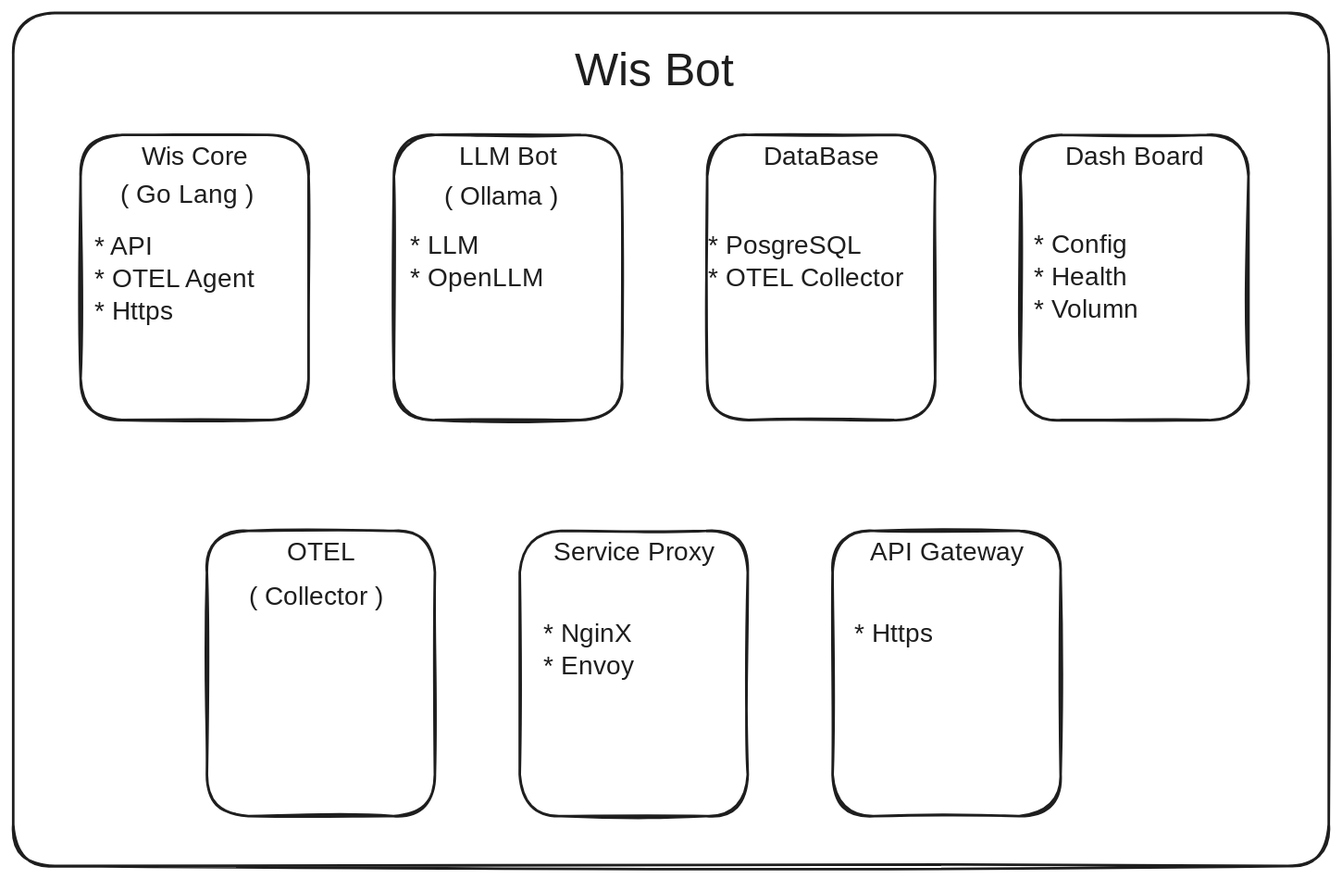
Before: diagrams/architecture.excalidraw.svg, a diagram exported from Excalidraw (uhstray-io/WisBot). Source tidied: one line per element, renumbered; positions are measured from the earlier drawing's top-left corner, leaving out a move shared by most shapes. The source it was exported from:
```json
{"id": 0, "type": "rectangle", "strokeColor": "#1e1e1e", "strokeWidth": 2, "roughness": 1, "round": true, "x": 52, "y": 94, "width": 176, "height": 220}
{"id": 1, "type": "text", "text": "Wis Core", "strokeColor": "#1e1e1e", "strokeWidth": 2, "roughness": 1, "fontSize": 20, "fontFamily": 1, "textAlign": "center", "inside": 0, "x": 98, "y": 99, "width": 84, "height": 25}
{"id": 2, "type": "rectangle", "strokeColor": "#1e1e1e", "strokeWidth": 2, "roughness": 1, "round": true, "x": 294, "y": 94, "width": 176, "height": 220}
{"id": 3, "type": "text", "text": "LLM Bot", "strokeColor": "#1e1e1e", "strokeWidth": 2, "roughness": 1, "fontSize": 20, "fontFamily": 1, "textAlign": "center", "inside": 2, "x": 339, "y": 99, "width": 86, "height": 25}
{"id": 4, "type": "rectangle", "strokeColor": "#1e1e1e", "strokeWidth": 2, "roughness": 1, "round": true, "x": 536, "y": 94, "width": 176, "height": 220}
{"id": 5, "type": "text", "text": "DataBase", "strokeColor": "#1e1e1e", "strokeWidth": 2, "roughness": 1, "fontSize": 20, "fontFamily": 1, "textAlign": "center", "inside": 4, "x": 572, "y": 99, "width": 103, "height": 25}
{"id": 6, "type": "rectangle", "strokeColor": "#1e1e1e", "strokeWidth": 2, "roughness": 1, "round": true, "x": 778, "y": 94, "width": 176, "height": 220}
{"id": 7, "type": "text", "text": "Dash Board", "strokeColor": "#1e1e1e", "strokeWidth": 2, "roughness": 1, "fontSize": 20, "fontFamily": 1, "textAlign": "center", "inside": 6, "x": 806, "y": 99, "width": 119, "height": 25}
{"id": 8, "type": "rectangle", "strokeColor": "#1e1e1e", "strokeWidth": 2, "roughness": 1, "round": true, "x": 150, "y": 400, "width": 176, "height": 220}
{"id": 9, "type": "text", "text": "OTEL", "strokeColor": "#1e1e1e", "strokeWidth": 2, "roughness": 1, "fontSize": 20, "fontFamily": 1, "textAlign": "center", "inside": 8, "x": 209, "y": 404, "width": 56, "height": 25}
{"id": 10, "type": "rectangle", "strokeColor": "#1e1e1e", "strokeWidth": 2, "roughness": 1, "round": true, "x": 391, "y": 400, "width": 176, "height": 220}
{"id": 11, "type": "text", "text": "Service Proxy", "strokeColor": "#1e1e1e", "strokeWidth": 2, "roughness": 1, "fontSize": 20, "fontFamily": 1, "textAlign": "center", "inside": 10, "x": 413, "y": 404, "width": 131, "height": 25}
{"id": 12, "type": "rectangle", "strokeColor": "#1e1e1e", "strokeWidth": 2, "roughness": 1, "round": true, "x": 632, "y": 400, "width": 176, "height": 220}
{"id": 13, "type": "text", "text": "API Gateway", "strokeColor": "#1e1e1e", "strokeWidth": 2, "roughness": 1, "fontSize": 20, "fontFamily": 1, "textAlign": "center", "inside": 12, "x": 654, "y": 404, "width": 133, "height": 25}
{"id": 14, "type": "text", "text": "* API\n* OTEL Agent\n* Https", "strokeColor": "#1e1e1e", "strokeWidth": 2, "roughness": 1, "fontSize": 20, "fontFamily": 1, "x": 63, "y": 168, "width": 141, "height": 75}
{"id": 15, "type": "text", "text": "* LLM\n* OpenLLM", "strokeColor": "#1e1e1e", "strokeWidth": 2, "roughness": 1, "fontSize": 20, "fontFamily": 1, "x": 306, "y": 168, "width": 104, "height": 50}
{"id": 16, "type": "text", "text": "* PosgreSQL\n* OTEL Collector", "strokeColor": "#1e1e1e", "strokeWidth": 2, "roughness": 1, "fontSize": 20, "fontFamily": 1, "x": 536, "y": 168, "width": 173, "height": 50}
{"id": 17, "type": "text", "text": "* Config\n* Health\n* Volumn", "strokeColor": "#1e1e1e", "strokeWidth": 2, "roughness": 1, "fontSize": 20, "fontFamily": 1, "x": 788, "y": 167, "width": 82, "height": 75}
{"id": 18, "type": "text", "text": "* Https", "strokeColor": "#1e1e1e", "strokeWidth": 2, "roughness": 1, "fontSize": 20, "fontFamily": 1, "x": 649, "y": 468, "width": 75, "height": 25}
{"id": 19, "type": "text", "text": "* NginX\n* Envoy", "strokeColor": "#1e1e1e", "strokeWidth": 2, "roughness": 1, "fontSize": 20, "fontFamily": 1, "x": 409, "y": 468, "width": 74, "height": 50}
{"id": 20, "type": "text", "text": "( Go Lang )", "strokeColor": "#1e1e1e", "strokeWidth": 2, "roughness": 1, "fontSize": 20, "fontFamily": 1, "x": 83, "y": 128, "width": 117, "height": 25}
{"id": 21, "type": "text", "text": "( Ollama )", "strokeColor": "#1e1e1e", "strokeWidth": 2, "roughness": 1, "fontSize": 20, "fontFamily": 1, "x": 333, "y": 130, "width": 99, "height": 25}
{"id": 22, "type": "text", "text": "( Collector )", "strokeColor": "#1e1e1e", "strokeWidth": 2, "roughness": 1, "fontSize": 20, "fontFamily": 1, "x": 182, "y": 439, "width": 121, "height": 25}
{"id": 23, "type": "rectangle", "strokeColor": "#1e1e1e", "strokeWidth": 2, "roughness": 1, "round": true, "x": 0, "y": 0, "width": 1016, "height": 658}
{"id": 24, "type": "text", "text": "Wis Bot", "strokeColor": "#1e1e1e", "strokeWidth": 2, "roughness": 1, "fontSize": 36, "fontFamily": 1, "x": 434, "y": 23, "width": 139, "height": 45}
```
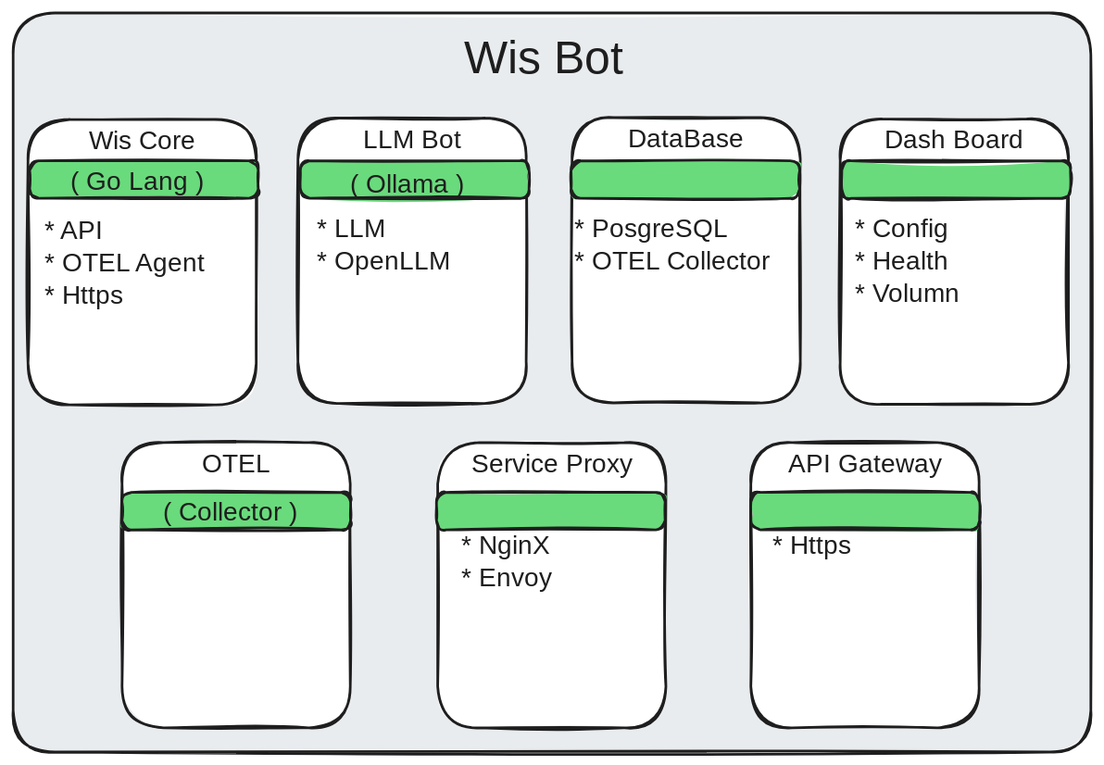
Later version of the same file.

Commit message:
More color in the diagram

Change to the diagram source:
```diff
@@ -1,25 +1,32 @@
+{"id": 23, "type": "rectangle", "strokeColor": "#1e1e1e", "backgroundColor": "#e9ecef", "fillStyle": "solid", "strokeWidth": 2, "roughness": 1, "round": true, "x": 39, "y": 12, "width": 831, "height": 570}
-{"id": 0, "type": "rectangle", "strokeColor": "#1e1e1e", "strokeWidth": 2, "roughness": 1, "round": true, "x": 52, "y": 94, "width": 176, "height": 220}
+{"id": 0, "type": "rectangle", "strokeColor": "#1e1e1e", "backgroundColor": "#ffffff", "fillStyle": "solid", "strokeWidth": 2, "roughness": 1, "round": true, "x": 50, "y": 94, "width": 176, "height": 220}
-{"id": 1, "type": "text", "text": "Wis Core", "strokeColor": "#1e1e1e", "strokeWidth": 2, "roughness": 1, "fontSize": 20, "fontFamily": 1, "textAlign": "center", "inside": 0, "x": 98, "y": 99, "width": 84, "height": 25}
+{"id": 1, "type": "text", "text": "Wis Core", "strokeColor": "#1e1e1e", "strokeWidth": 2, "roughness": 1, "fontSize": 20, "fontFamily": 1, "textAlign": "center", "inside": 0, "x": 96, "y": 99, "width": 84, "height": 25}
-{"id": 2, "type": "rectangle", "strokeColor": "#1e1e1e", "strokeWidth": 2, "roughness": 1, "round": true, "x": 294, "y": 94, "width": 176, "height": 220}
+{"id": 2, "type": "rectangle", "strokeColor": "#1e1e1e", "backgroundColor": "#ffffff", "fillStyle": "solid", "strokeWidth": 2, "roughness": 1, "round": true, "x": 258, "y": 93, "width": 176, "height": 220}
-{"id": 3, "type": "text", "text": "LLM Bot", "strokeColor": "#1e1e1e", "strokeWidth": 2, "roughness": 1, "fontSize": 20, "fontFamily": 1, "textAlign": "center", "inside": 2, "x": 339, "y": 99, "width": 86, "height": 25}
+{"id": 3, "type": "text", "text": "LLM Bot", "strokeColor": "#1e1e1e", "strokeWidth": 2, "roughness": 1, "fontSize": 20, "fontFamily": 1, "textAlign": "center", "inside": 2, "x": 303, "y": 98, "width": 86, "height": 25}
-{"id": 4, "type": "rectangle", "strokeColor": "#1e1e1e", "strokeWidth": 2, "roughness": 1, "round": true, "x": 536, "y": 94, "width": 176, "height": 220}
+{"id": 4, "type": "rectangle", "strokeColor": "#1e1e1e", "backgroundColor": "#ffffff", "fillStyle": "solid", "strokeWidth": 2, "roughness": 1, "round": true, "x": 470, "y": 93, "width": 176, "height": 220}
-{"id": 5, "type": "text", "text": "DataBase", "strokeColor": "#1e1e1e", "strokeWidth": 2, "roughness": 1, "fontSize": 20, "fontFamily": 1, "textAlign": "center", "inside": 4, "x": 572, "y": 99, "width": 103, "height": 25}
+{"id": 5, "type": "text", "text": "DataBase", "strokeColor": "#1e1e1e", "strokeWidth": 2, "roughness": 1, "fontSize": 20, "fontFamily": 1, "textAlign": "center", "inside": 4, "x": 506, "y": 98, "width": 103, "height": 25}
-{"id": 6, "type": "rectangle", "strokeColor": "#1e1e1e", "strokeWidth": 2, "roughness": 1, "round": true, "x": 778, "y": 94, "width": 176, "height": 220}
+{"id": 6, "type": "rectangle", "strokeColor": "#1e1e1e", "backgroundColor": "#ffffff", "fillStyle": "solid", "strokeWidth": 2, "roughness": 1, "round": true, "x": 676, "y": 94, "width": 176, "height": 220}
-{"id": 7, "type": "text", "text": "Dash Board", "strokeColor": "#1e1e1e", "strokeWidth": 2, "roughness": 1, "fontSize": 20, "fontFamily": 1, "textAlign": "center", "inside": 6, "x": 806, "y": 99, "width": 119, "height": 25}
+{"id": 7, "type": "text", "text": "Dash Board", "strokeColor": "#1e1e1e", "strokeWidth": 2, "roughness": 1, "fontSize": 20, "fontFamily": 1, "textAlign": "center", "inside": 6, "x": 705, "y": 99, "width": 119, "height": 25}
-{"id": 8, "type": "rectangle", "strokeColor": "#1e1e1e", "strokeWidth": 2, "roughness": 1, "round": true, "x": 150, "y": 400, "width": 176, "height": 220}
+{"id": 8, "type": "rectangle", "strokeColor": "#1e1e1e", "backgroundColor": "#ffffff", "fillStyle": "solid", "strokeWidth": 2, "roughness": 1, "round": true, "x": 123, "y": 343, "width": 176, "height": 220}
-{"id": 9, "type": "text", "text": "OTEL", "strokeColor": "#1e1e1e", "strokeWidth": 2, "roughness": 1, "fontSize": 20, "fontFamily": 1, "textAlign": "center", "inside": 8, "x": 209, "y": 404, "width": 56, "height": 25}
+{"id": 9, "type": "text", "text": "OTEL", "strokeColor": "#1e1e1e", "strokeWidth": 2, "roughness": 1, "fontSize": 20, "fontFamily": 1, "textAlign": "center", "inside": 8, "x": 183, "y": 348, "width": 56, "height": 25}
-{"id": 10, "type": "rectangle", "strokeColor": "#1e1e1e", "strokeWidth": 2, "roughness": 1, "round": true, "x": 391, "y": 400, "width": 176, "height": 220}
+{"id": 10, "type": "rectangle", "strokeColor": "#1e1e1e", "backgroundColor": "#ffffff", "fillStyle": "solid", "strokeWidth": 2, "roughness": 1, "round": true, "x": 366, "y": 343, "width": 176, "height": 220}
-{"id": 11, "type": "text", "text": "Service Proxy", "strokeColor": "#1e1e1e", "strokeWidth": 2, "roughness": 1, "fontSize": 20, "fontFamily": 1, "textAlign": "center", "inside": 10, "x": 413, "y": 404, "width": 131, "height": 25}
+{"id": 11, "type": "text", "text": "Service Proxy", "strokeColor": "#1e1e1e", "strokeWidth": 2, "roughness": 1, "fontSize": 20, "fontFamily": 1, "textAlign": "center", "inside": 10, "x": 389, "y": 348, "width": 131, "height": 25}
-{"id": 12, "type": "rectangle", "strokeColor": "#1e1e1e", "strokeWidth": 2, "roughness": 1, "round": true, "x": 632, "y": 400, "width": 176, "height": 220}
+{"id": 12, "type": "rectangle", "strokeColor": "#1e1e1e", "backgroundColor": "#ffffff", "fillStyle": "solid", "strokeWidth": 2, "roughness": 1, "round": true, "x": 608, "y": 343, "width": 176, "height": 220}
-{"id": 13, "type": "text", "text": "API Gateway", "strokeColor": "#1e1e1e", "strokeWidth": 2, "roughness": 1, "fontSize": 20, "fontFamily": 1, "textAlign": "center", "inside": 12, "x": 654, "y": 404, "width": 133, "height": 25}
+{"id": 13, "type": "text", "text": "API Gateway", "strokeColor": "#1e1e1e", "strokeWidth": 2, "roughness": 1, "fontSize": 20, "fontFamily": 1, "textAlign": "center", "inside": 12, "x": 629, "y": 348, "width": 133, "height": 25}
+{"id": 25, "type": "rectangle", "strokeColor": "#1e1e1e", "backgroundColor": "#69db7c", "fillStyle": "solid", "strokeWidth": 2, "roughness": 1, "round": true, "x": 51, "y": 126, "width": 176, "height": 29}
 {"id": 14, "type": "text", "text": "* API\n* OTEL Agent\n* Https", "strokeColor": "#1e1e1e", "strokeWidth": 2, "roughness": 1, "fontSize": 20, "fontFamily": 1, "x": 63, "y": 168, "width": 141, "height": 75}
-{"id": 15, "type": "text", "text": "* LLM\n* OpenLLM", "strokeColor": "#1e1e1e", "strokeWidth": 2, "roughness": 1, "fontSize": 20, "fontFamily": 1, "x": 306, "y": 168, "width": 104, "height": 50}
+{"id": 15, "type": "text", "text": "* LLM\n* OpenLLM", "strokeColor": "#1e1e1e", "strokeWidth": 2, "roughness": 1, "fontSize": 20, "fontFamily": 1, "x": 273, "y": 167, "width": 104, "height": 50}
-{"id": 16, "type": "text", "text": "* PosgreSQL\n* OTEL Collector", "strokeColor": "#1e1e1e", "strokeWidth": 2, "roughness": 1, "fontSize": 20, "fontFamily": 1, "x": 536, "y": 168, "width": 173, "height": 50}
+{"id": 16, "type": "text", "text": "* PosgreSQL\n* OTEL Collector", "strokeColor": "#1e1e1e", "strokeWidth": 2, "roughness": 1, "fontSize": 20, "fontFamily": 1, "x": 471, "y": 167, "width": 173, "height": 50}
-{"id": 17, "type": "text", "text": "* Config\n* Health\n* Volumn", "strokeColor": "#1e1e1e", "strokeWidth": 2, "roughness": 1, "fontSize": 20, "fontFamily": 1, "x": 788, "y": 167, "width": 82, "height": 75}
+{"id": 17, "type": "text", "text": "* Config\n* Health\n* Volumn", "strokeColor": "#1e1e1e", "strokeWidth": 2, "roughness": 1, "fontSize": 20, "fontFamily": 1, "x": 688, "y": 167, "width": 82, "height": 75}
-{"id": 18, "type": "text", "text": "* Https", "strokeColor": "#1e1e1e", "strokeWidth": 2, "roughness": 1, "fontSize": 20, "fontFamily": 1, "x": 649, "y": 468, "width": 75, "height": 25}
+{"id": 18, "type": "text", "text": "* Https", "strokeColor": "#1e1e1e", "strokeWidth": 2, "roughness": 1, "fontSize": 20, "fontFamily": 1, "x": 624, "y": 411, "width": 75, "height": 25}
-{"id": 19, "type": "text", "text": "* NginX\n* Envoy", "strokeColor": "#1e1e1e", "strokeWidth": 2, "roughness": 1, "fontSize": 20, "fontFamily": 1, "x": 409, "y": 468, "width": 74, "height": 50}
+{"id": 19, "type": "text", "text": "* NginX\n* Envoy", "strokeColor": "#1e1e1e", "strokeWidth": 2, "roughness": 1, "fontSize": 20, "fontFamily": 1, "x": 384, "y": 411, "width": 74, "height": 50}
-{"id": 20, "type": "text", "text": "( Go Lang )", "strokeColor": "#1e1e1e", "strokeWidth": 2, "roughness": 1, "fontSize": 20, "fontFamily": 1, "x": 83, "y": 128, "width": 117, "height": 25}
+{"id": 20, "type": "text", "text": "( Go Lang )", "strokeColor": "#1e1e1e", "strokeWidth": 2, "roughness": 1, "fontSize": 20, "fontFamily": 1, "x": 83, "y": 130, "width": 117, "height": 25}
+{"id": 26, "type": "rectangle", "strokeColor": "#1e1e1e", "backgroundColor": "#69db7c", "fillStyle": "solid", "strokeWidth": 2, "roughness": 1, "round": true, "x": 260, "y": 126, "width": 176, "height": 29}
-{"id": 21, "type": "text", "text": "( Ollama )", "strokeColor": "#1e1e1e", "strokeWidth": 2, "roughness": 1, "fontSize": 20, "fontFamily": 1, "x": 333, "y": 130, "width": 99, "height": 25}
+{"id": 21, "type": "text", "text": "( Ollama )", "strokeColor": "#1e1e1e", "strokeWidth": 2, "roughness": 1, "fontSize": 20, "fontFamily": 1, "x": 299, "y": 132, "width": 99, "height": 25}
+{"id": 27, "type": "rectangle", "strokeColor": "#1e1e1e", "backgroundColor": "#69db7c", "fillStyle": "solid", "strokeWidth": 2, "roughness": 1, "round": true, "x": 123, "y": 382, "width": 176, "height": 29}
-{"id": 22, "type": "text", "text": "( Collector )", "strokeColor": "#1e1e1e", "strokeWidth": 2, "roughness": 1, "fontSize": 20, "fontFamily": 1, "x": 182, "y": 439, "width": 121, "height": 25}
+{"id": 22, "type": "text", "text": "( Collector )", "strokeColor": "#1e1e1e", "strokeWidth": 2, "roughness": 1, "fontSize": 20, "fontFamily": 1, "x": 154, "y": 385, "width": 121, "height": 25}
-{"id": 23, "type": "rectangle", "strokeColor": "#1e1e1e", "strokeWidth": 2, "roughness": 1, "round": true, "x": 0, "y": 0, "width": 1016, "height": 658}
-{"id": 24, "type": "text", "text": "Wis Bot", "strokeColor": "#1e1e1e", "strokeWidth": 2, "roughness": 1, "fontSize": 36, "fontFamily": 1, "x": 434, "y": 23, "width": 139, "height": 45}
+{"id": 24, "type": "text", "text": "Wis Bot", "strokeColor": "#1e1e1e", "strokeWidth": 2, "roughness": 1, "fontSize": 36, "fontFamily": 1, "x": 386, "y": 26, "width": 139, "height": 45}
+{"id": 28, "type": "rectangle", "strokeColor": "#1e1e1e", "backgroundColor": "#69db7c", "fillStyle": "solid", "strokeWidth": 2, "roughness": 1, "round": true, "x": 469, "y": 126, "width": 176, "height": 29}
+{"id": 29, "type": "rectangle", "strokeColor": "#1e1e1e", "backgroundColor": "#69db7c", "fillStyle": "solid", "strokeWidth": 2, "roughness": 1, "round": true, "x": 678, "y": 126, "width": 176, "height": 29}
+{"id": 30, "type": "rectangle", "strokeColor": "#1e1e1e", "backgroundColor": "#69db7c", "fillStyle": "solid", "strokeWidth": 2, "roughness": 1, "round": true, "x": 365, "y": 382, "width": 176, "height": 29}
+{"id": 31, "type": "rectangle", "strokeColor": "#1e1e1e", "backgroundColor": "#69db7c", "fillStyle": "solid", "strokeWidth": 2, "roughness": 1, "round": true, "x": 608, "y": 382, "width": 176, "height": 29}
```
